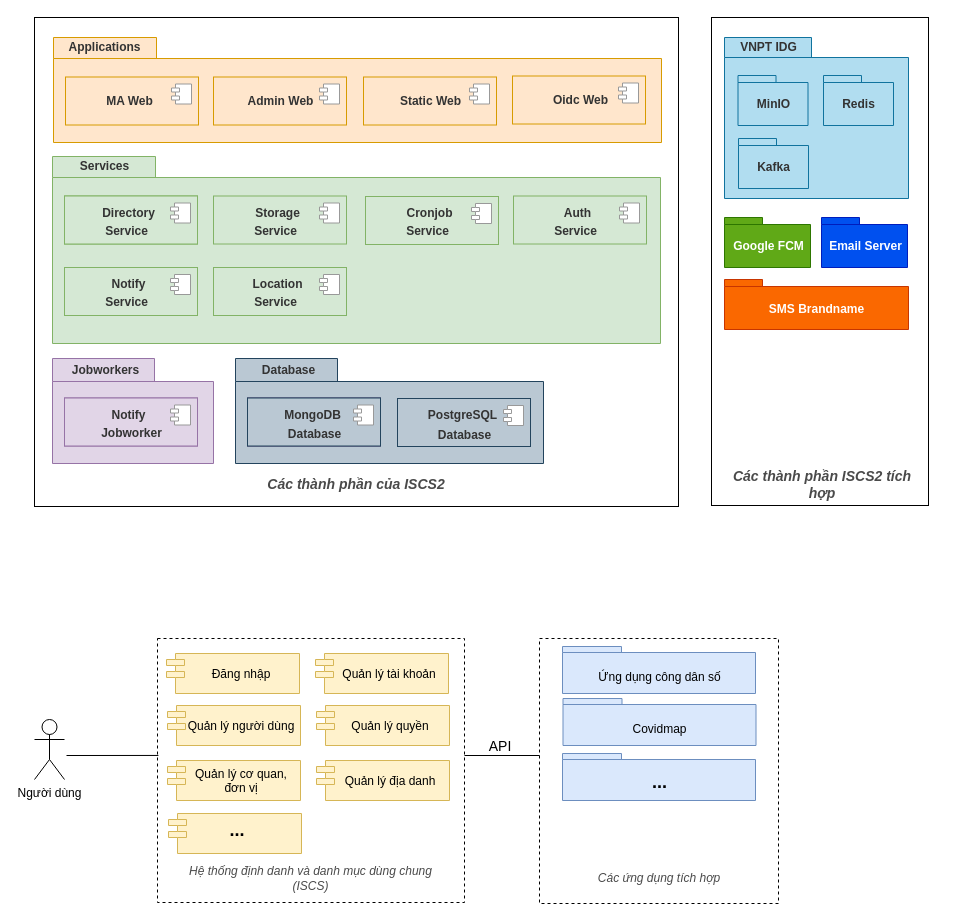
Earlier version of the draw.io diagram page "iscs2" (1 of 16) of iscs.drawio (mitgaming/drawio). Source tidied: cells renumbered, new cells numbered last; positions are measured from the earlier drawing's top-left corner, leaving out a move shared by most shapes. Both pictures are drawn from the tidied source at 100%, with x=0, y=0 at pixel (34, 17).
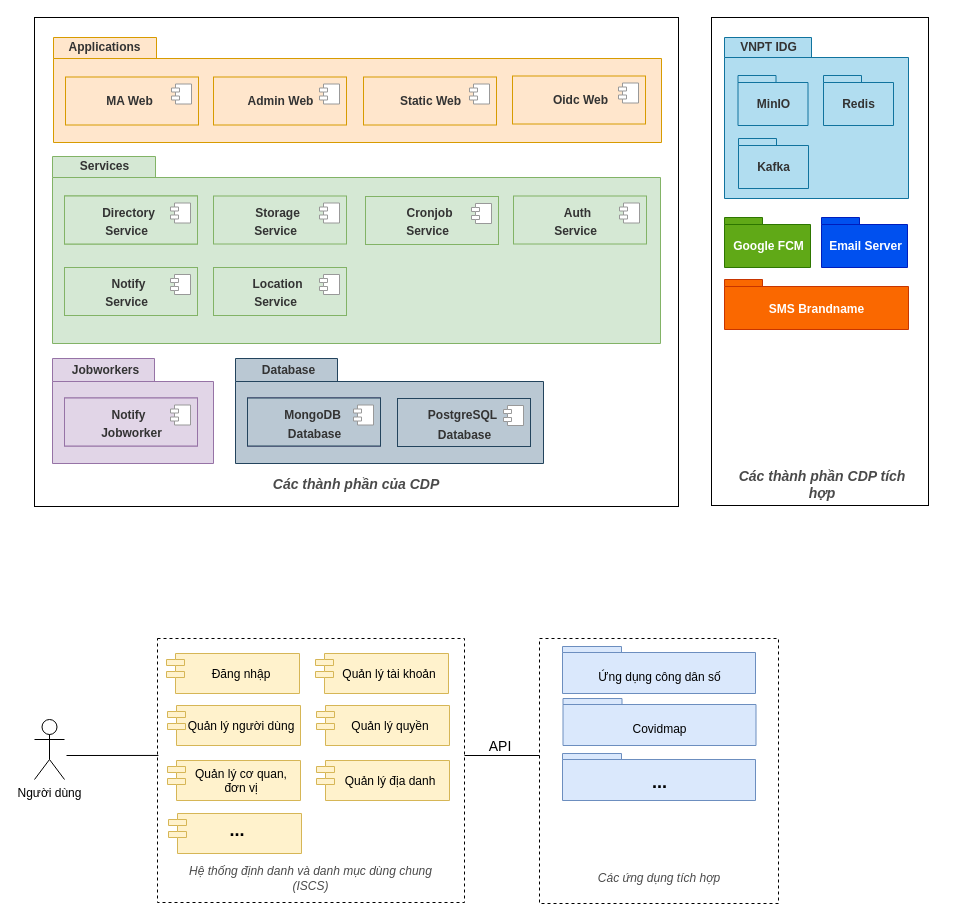
The same diagram, later.

Commit message:
Cập nhật iscs.drawio

What changed in the source:
```diff
@@
-    <mxCell id="3" value="Các thành phần của ISCS2" style="text;html=1;strokeColor=none;fillColor=none;align=center;verticalAlign=middle;whiteSpace=wrap;rounded=0;fontColor=#4A4A4A;fontStyle=3;fontSize=14;" parent="1" vertex="1">
+    <mxCell id="3" value="Các thành phần của CDP" style="text;html=1;strokeColor=none;fillColor=none;align=center;verticalAlign=middle;whiteSpace=wrap;rounded=0;fontColor=#4A4A4A;fontStyle=3;fontSize=14;" parent="1" vertex="1">
       <mxGeometry x="227" y="452" width="190" height="30" as="geometry" />
     </mxCell>
@@
-    <mxCell id="76" value="Các thành phần ISCS2 tích hợp" style="text;html=1;strokeColor=none;fillColor=none;align=center;verticalAlign=middle;whiteSpace=wrap;rounded=0;fontColor=#4A4A4A;fontStyle=3;fontSize=14;" parent="1" vertex="1">
+    <mxCell id="76" value="Các thành phần CDP tích hợp" style="text;html=1;strokeColor=none;fillColor=none;align=center;verticalAlign=middle;whiteSpace=wrap;rounded=0;fontColor=#4A4A4A;fontStyle=3;fontSize=14;" parent="1" vertex="1">
       <mxGeometry x="693" y="452" width="190" height="30" as="geometry" />
     </mxCell>
```
